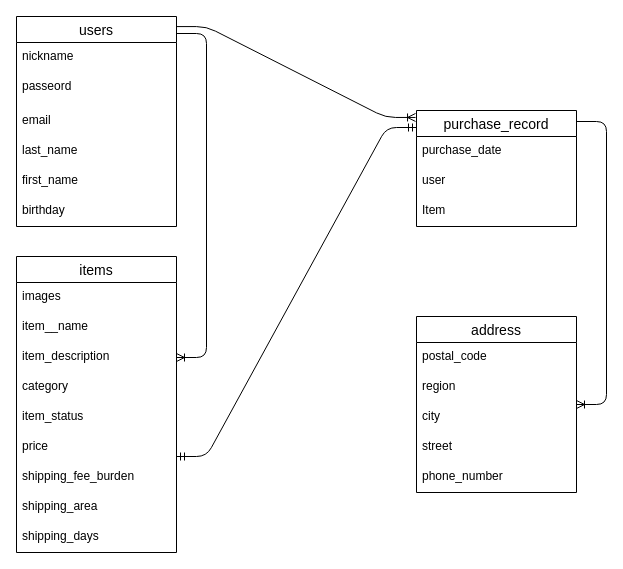
Earlier version of the draw.io diagram .dio (keisuke-ukegawa/furima-31036-3). Source tidied: cells renumbered, new cells numbered last; positions are measured from the earlier drawing's top-left corner, leaving out a move shared by most shapes. Both pictures are drawn from the tidied source at 100%, with x=0, y=0 at pixel (16, 16).
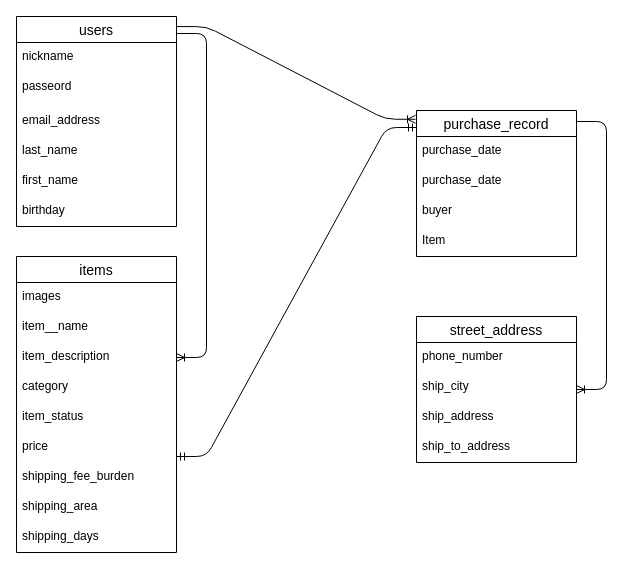
After the change.

Unchanged cells that the change refers to:
```xml
<mxCell id="6" value="users" style="swimlane;fontStyle=0;horizontal=1;startSize=26;align=center;fontSize=14;" parent="1" vertex="1">
  <mxGeometry width="160" height="210" as="geometry" />
</mxCell>
```

Diff of the diagram source:
```diff
@@
     <mxCell id="2" value="purchase_record" style="swimlane;fontStyle=0;horizontal=1;startSize=26;align=center;fontSize=14;" parent="1" vertex="1">
-      <mxGeometry x="400" y="94" width="160" height="116" as="geometry" />
+      <mxGeometry x="400" y="94" width="160" height="146" as="geometry" />
     </mxCell>
@@
+    <mxCell id="33" value="purchase_date&#10;" style="text;strokeColor=none;fillColor=none;spacingLeft=4;spacingRight=4;overflow=hidden;fontSize=12;" parent="2" vertex="1">
+      <mxGeometry y="56" width="160" height="30" as="geometry" />
+    </mxCell>
-    <mxCell id="4" value="user&#10;" style="text;strokeColor=none;fillColor=none;spacingLeft=4;spacingRight=4;overflow=hidden;fontSize=12;" parent="2" vertex="1">
-      <mxGeometry y="56" width="160" height="30" as="geometry" />
+    <mxCell id="4" value="buyer&#10;" style="text;strokeColor=none;fillColor=none;spacingLeft=4;spacingRight=4;overflow=hidden;fontSize=12;" parent="2" vertex="1">
+      <mxGeometry y="86" width="160" height="30" as="geometry" />
     </mxCell>
     <mxCell id="5" value="Item" style="text;strokeColor=none;fillColor=none;spacingLeft=4;spacingRight=4;overflow=hidden;fontSize=12;" parent="2" vertex="1">
-      <mxGeometry y="86" width="160" height="30" as="geometry" />
+      <mxGeometry y="116" width="160" height="30" as="geometry" />
     </mxCell>
@@
-    <mxCell id="9" value="email" style="text;strokeColor=none;fillColor=none;spacingLeft=4;spacingRight=4;overflow=hidden;fontSize=12;" parent="6" vertex="1">
+    <mxCell id="9" value="email_address" style="text;strokeColor=none;fillColor=none;spacingLeft=4;spacingRight=4;overflow=hidden;fontSize=12;" parent="6" vertex="1">
       <mxGeometry y="90" width="160" height="30" as="geometry" />
     </mxCell>
@@
-    <mxCell id="27" value="address" style="swimlane;fontStyle=0;horizontal=1;startSize=26;align=center;fontSize=14;" parent="1" vertex="1">
-      <mxGeometry x="400" y="300" width="160" height="176" as="geometry" />
+    <mxCell id="27" value="street_address" style="swimlane;fontStyle=0;horizontal=1;startSize=26;align=center;fontSize=14;" parent="1" vertex="1">
+      <mxGeometry x="400" y="300" width="160" height="146" as="geometry" />
     </mxCell>
-    <mxCell id="28" value="postal_code" style="text;strokeColor=none;fillColor=none;spacingLeft=4;spacingRight=4;overflow=hidden;fontSize=12;" parent="27" vertex="1">
-      <mxGeometry y="26" width="160" height="30" as="geometry" />
-    </mxCell>
+    <mxCell id="32" value="phone_number" style="text;strokeColor=none;fillColor=none;spacingLeft=4;spacingRight=4;overflow=hidden;fontSize=12;" parent="27" vertex="1">
+      <mxGeometry y="26" width="160" height="30" as="geometry" />
+    </mxCell>
-    <mxCell id="29" value="region" style="text;strokeColor=none;fillColor=none;spacingLeft=4;spacingRight=4;overflow=hidden;fontSize=12;" parent="27" vertex="1">
+    <mxCell id="29" value="ship_city" style="text;strokeColor=none;fillColor=none;spacingLeft=4;spacingRight=4;overflow=hidden;fontSize=12;" parent="27" vertex="1">
       <mxGeometry y="56" width="160" height="30" as="geometry" />
     </mxCell>
-    <mxCell id="30" value="city" style="text;strokeColor=none;fillColor=none;spacingLeft=4;spacingRight=4;overflow=hidden;fontSize=12;" parent="27" vertex="1">
+    <mxCell id="30" value="ship_address&#10;" style="text;strokeColor=none;fillColor=none;spacingLeft=4;spacingRight=4;overflow=hidden;fontSize=12;" parent="27" vertex="1">
       <mxGeometry y="86" width="160" height="30" as="geometry" />
     </mxCell>
-    <mxCell id="31" value="street" style="text;strokeColor=none;fillColor=none;spacingLeft=4;spacingRight=4;overflow=hidden;fontSize=12;" parent="27" vertex="1">
+    <mxCell id="31" value="ship_to_address" style="text;strokeColor=none;fillColor=none;spacingLeft=4;spacingRight=4;overflow=hidden;fontSize=12;" parent="27" vertex="1">
       <mxGeometry y="116" width="160" height="30" as="geometry" />
     </mxCell>
-    <mxCell id="32" value="phone_number" style="text;strokeColor=none;fillColor=none;spacingLeft=4;spacingRight=4;overflow=hidden;fontSize=12;" parent="27" vertex="1">
-      <mxGeometry y="146" width="160" height="30" as="geometry" />
-    </mxCell>
```
